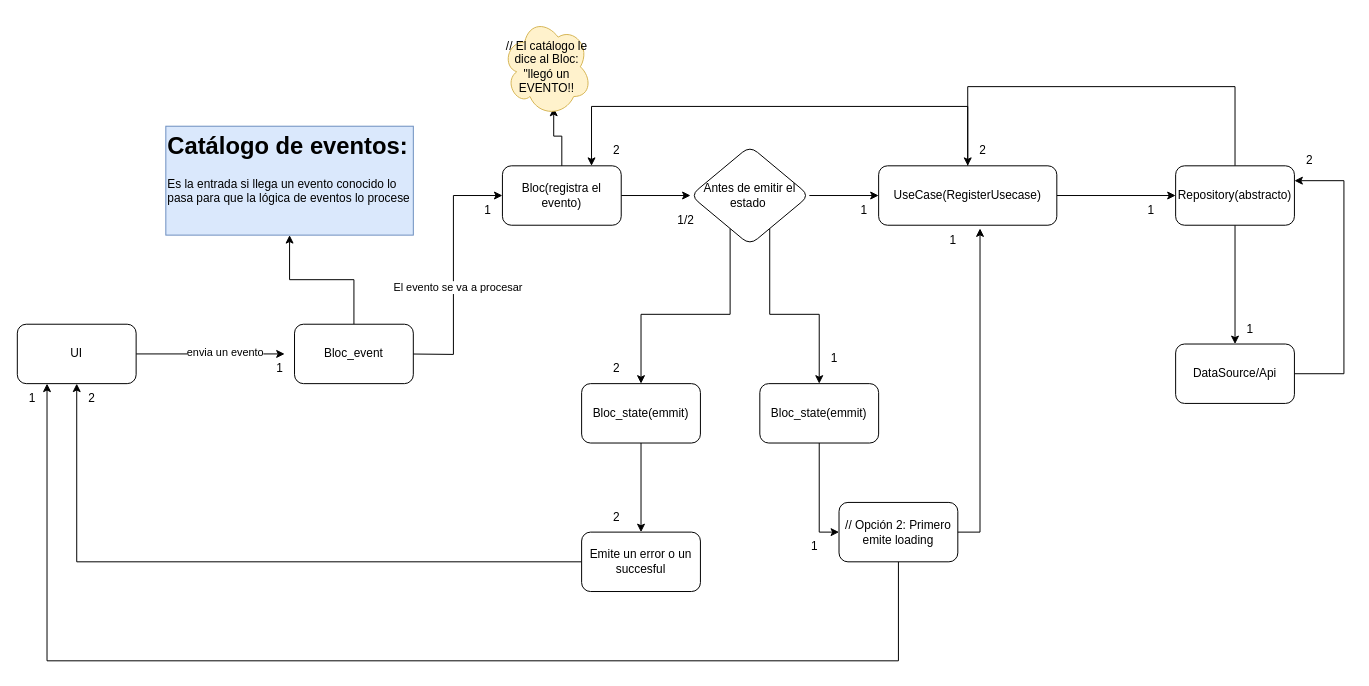
Above: page "Bloc" (2 of 3) of Diagrama_bloc_ClnArquiteture_Flutter.drawio in EstebanGitPro/Digramas (draw.io), before the change. Source tidied: cells renumbered, new cells numbered last; positions are measured from the earlier drawing's top-left corner, leaving out a move shared by most shapes. Both pictures are drawn from the tidied source at 99%, with x=0, y=0 at pixel (17, 17).
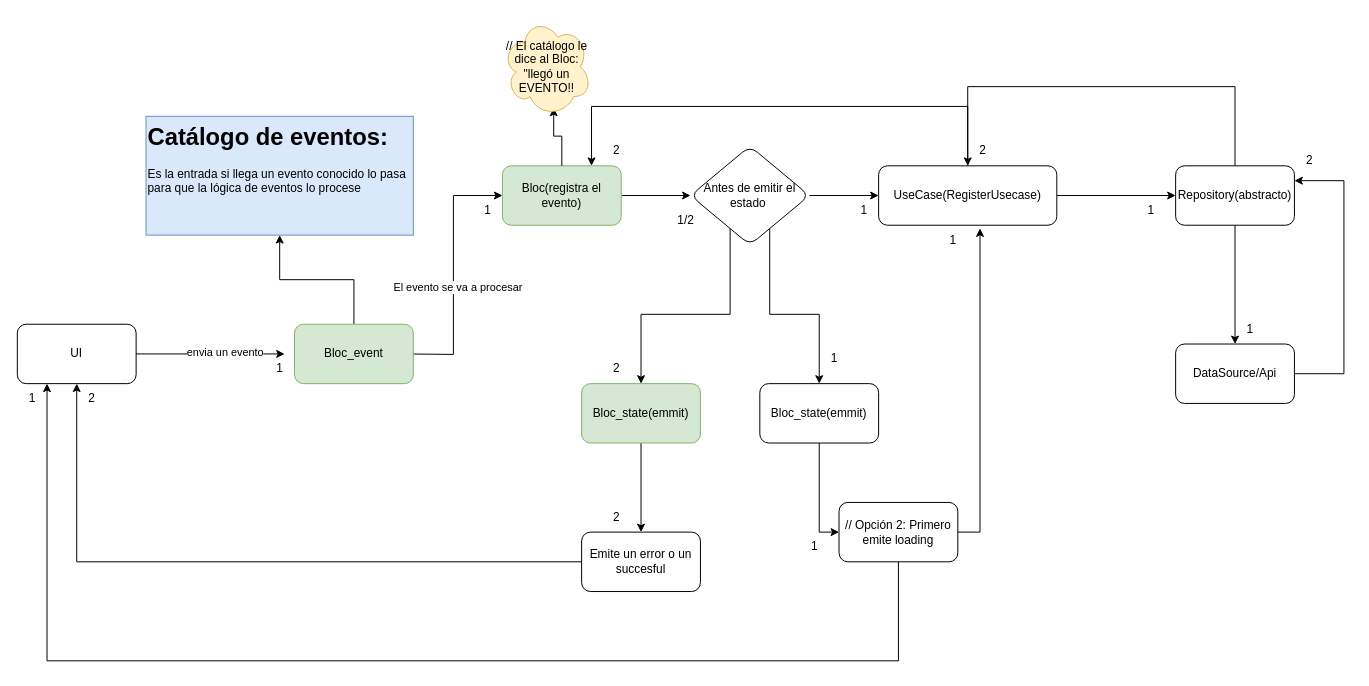
The same page after the edit.

The edit, as a diff of the source:
```diff
@@
-    <mxCell id="16" value="Bloc_event" style="rounded=1;whiteSpace=wrap;html=1;" parent="1" vertex="1">
+    <mxCell id="16" value="Bloc_event" style="rounded=1;whiteSpace=wrap;html=1;fillColor=#d5e8d4;strokeColor=#82b366;" parent="1" vertex="1">
       <mxGeometry x="280" y="310" width="120" height="60" as="geometry" />
     </mxCell>
@@
-    <mxCell id="18" value="Bloc(registra el evento)" style="rounded=1;whiteSpace=wrap;html=1;" parent="1" vertex="1">
+    <mxCell id="18" value="Bloc(registra el evento)" style="rounded=1;whiteSpace=wrap;html=1;fillColor=#d5e8d4;strokeColor=#82b366;" parent="1" vertex="1">
       <mxGeometry x="490" y="150" width="120" height="60" as="geometry" />
     </mxCell>
     <mxCell id="19" value="&lt;h1 style=&quot;margin-top: 0px;&quot;&gt;Catálogo de eventos:&lt;/h1&gt;&lt;div&gt;Es la entrada si llega un evento conocido lo pasa para que la lógica de eventos lo procese&lt;/div&gt;" style="text;html=1;whiteSpace=wrap;overflow=hidden;rounded=0;fillColor=#dae8fc;strokeColor=#6c8ebf;" parent="1" vertex="1">
-      <mxGeometry x="150" y="110" width="250" height="110" as="geometry" />
+      <mxGeometry x="130" y="100" width="270" height="120" as="geometry" />
     </mxCell>
@@
-    <mxCell id="21" value="Bloc_state(emmit)" style="rounded=1;whiteSpace=wrap;html=1;" parent="1" vertex="1">
+    <mxCell id="21" value="Bloc_state(emmit)" style="rounded=1;whiteSpace=wrap;html=1;fillColor=#d5e8d4;strokeColor=#82b366;" parent="1" vertex="1">
       <mxGeometry x="570" y="370" width="120" height="60" as="geometry" />
     </mxCell>
```
